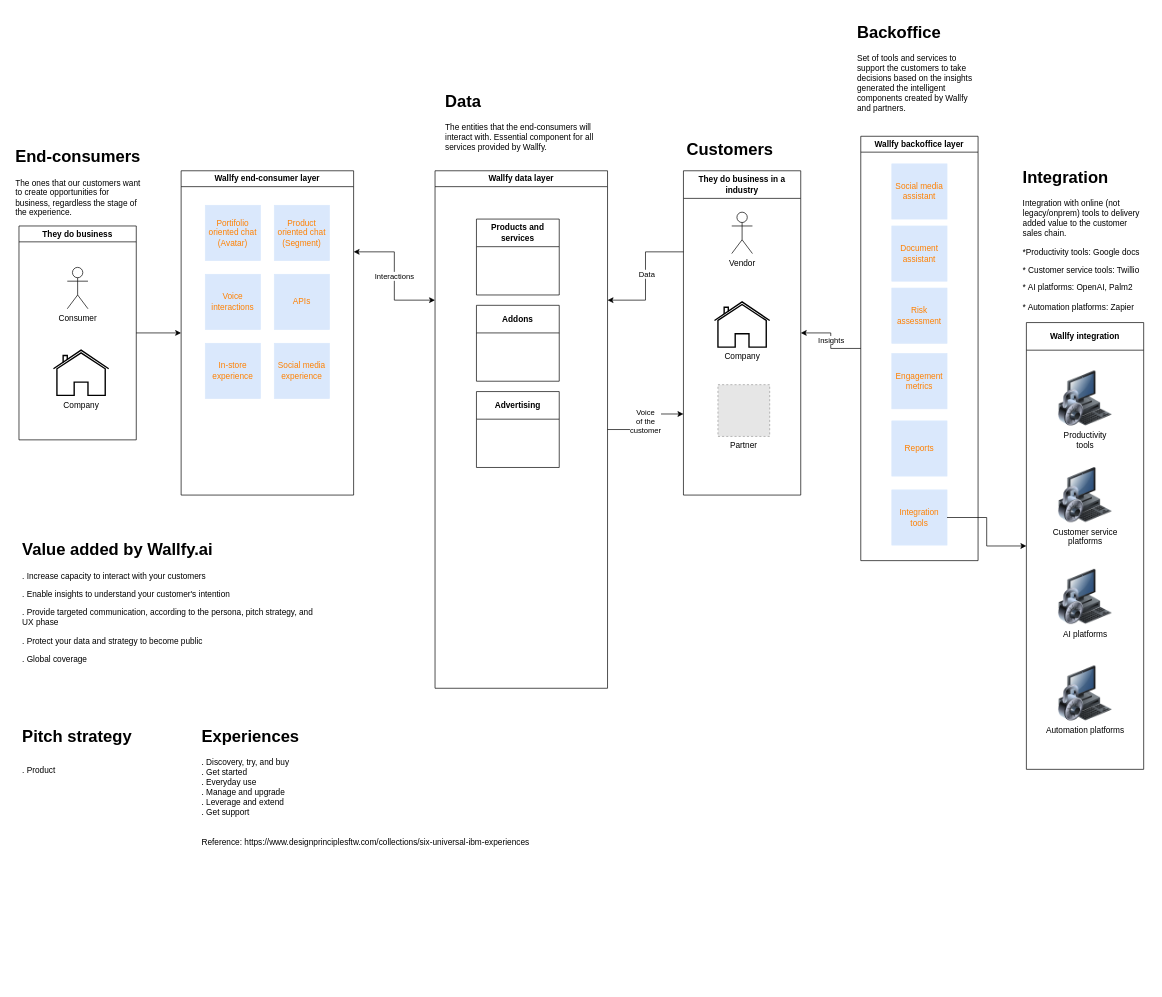
Earlier version of the draw.io diagram page "Strategy - services" (10 of 10) of doc/MER.drawio (leucir/iara-web). Source tidied: cells renumbered, new cells numbered last; positions are measured from the earlier drawing's top-left corner, leaving out a move shared by most shapes. Both pictures are drawn from the tidied source at 69%, with x=0, y=0 at pixel (12, 19). Pictures stored in the file or linked from it are replaced by grey dashed boxes.
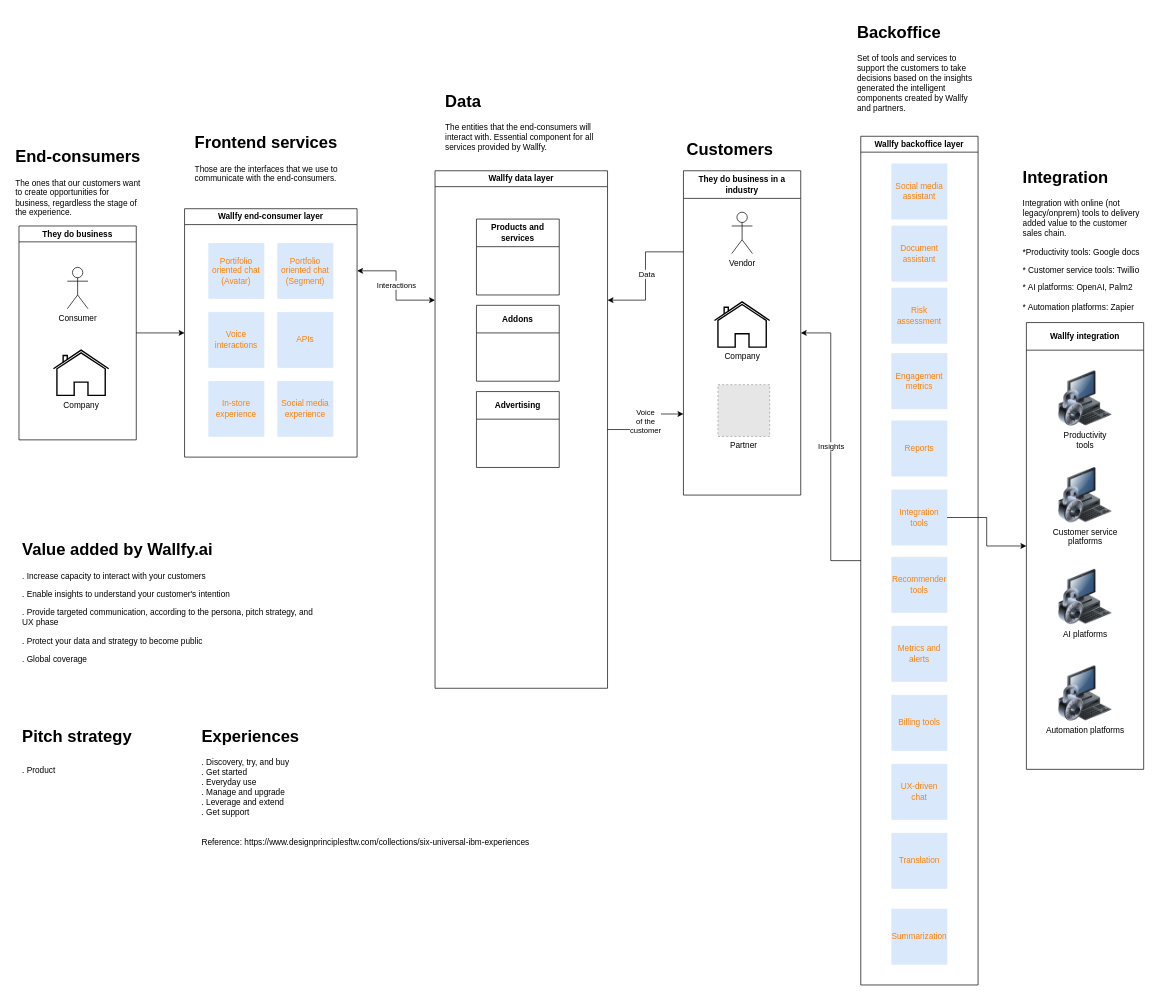
Above is the later version.

The edit, as a diff of the source:
```diff
@@
     <mxCell id="9" value="Wallfy backoffice layer" style="swimlane;whiteSpace=wrap;html=1;" parent="1" vertex="1">
-      <mxGeometry x="1230" y="170" width="170" height="615" as="geometry" />
+      <mxGeometry x="1230" y="170" width="170" height="1230" as="geometry" />
     </mxCell>
@@
+    <mxCell id="46" value="Recommender&#10;tools" style="whiteSpace=wrap;fillColor=#dae8fc;strokeColor=#dae8fc;fontColor=#FF8000;" parent="9" vertex="1">
+      <mxGeometry x="45" y="610" width="80" height="80" as="geometry" />
+    </mxCell>
+    <mxCell id="47" value="Metrics and&#10;alerts" style="whiteSpace=wrap;fillColor=#dae8fc;strokeColor=#dae8fc;fontColor=#FF8000;" parent="9" vertex="1">
+      <mxGeometry x="45" y="710" width="80" height="80" as="geometry" />
+    </mxCell>
+    <mxCell id="48" value="Billing tools" style="whiteSpace=wrap;fillColor=#dae8fc;strokeColor=#dae8fc;fontColor=#FF8000;" parent="9" vertex="1">
+      <mxGeometry x="45" y="810" width="80" height="80" as="geometry" />
+    </mxCell>
+    <mxCell id="49" value="UX-driven chat" style="whiteSpace=wrap;fillColor=#dae8fc;strokeColor=#dae8fc;fontColor=#FF8000;" parent="9" vertex="1">
+      <mxGeometry x="45" y="910" width="80" height="80" as="geometry" />
+    </mxCell>
+    <mxCell id="50" value="Translation" style="whiteSpace=wrap;fillColor=#dae8fc;strokeColor=#dae8fc;fontColor=#FF8000;" parent="9" vertex="1">
+      <mxGeometry x="45" y="1010" width="80" height="80" as="geometry" />
+    </mxCell>
+    <mxCell id="51" value="Summarization" style="whiteSpace=wrap;fillColor=#dae8fc;strokeColor=#dae8fc;fontColor=#FF8000;" parent="9" vertex="1">
+      <mxGeometry x="45" y="1120" width="80" height="80" as="geometry" />
+    </mxCell>
     <mxCell id="16" value="Wallfy end-consumer layer" style="swimlane;whiteSpace=wrap;html=1;" parent="1" vertex="1">
-      <mxGeometry x="245" y="220" width="250" height="470" as="geometry" />
+      <mxGeometry x="250" y="275" width="250" height="360" as="geometry" />
     </mxCell>
@@
-    <mxCell id="18" value="Product oriented chat&#10;(Segment)" style="whiteSpace=wrap;fillColor=#dae8fc;strokeColor=#dae8fc;fontColor=#FF8000;" parent="16" vertex="1">
+    <mxCell id="18" value="Portfolio oriented chat&#10;(Segment)" style="whiteSpace=wrap;fillColor=#dae8fc;strokeColor=#dae8fc;fontColor=#FF8000;" parent="16" vertex="1">
       <mxGeometry x="135" y="50" width="80" height="80" as="geometry" />
     </mxCell>
@@
+    <mxCell id="52" value="&lt;h1&gt;Frontend services&lt;/h1&gt;&lt;p&gt;Those are the interfaces that we use to communicate with the end-consumers.&lt;/p&gt;" style="text;html=1;strokeColor=none;fillColor=none;spacing=5;spacingTop=-20;whiteSpace=wrap;overflow=hidden;rounded=0;" parent="1" vertex="1">
+      <mxGeometry x="260" y="160" width="230" height="110" as="geometry" />
+    </mxCell>
```
